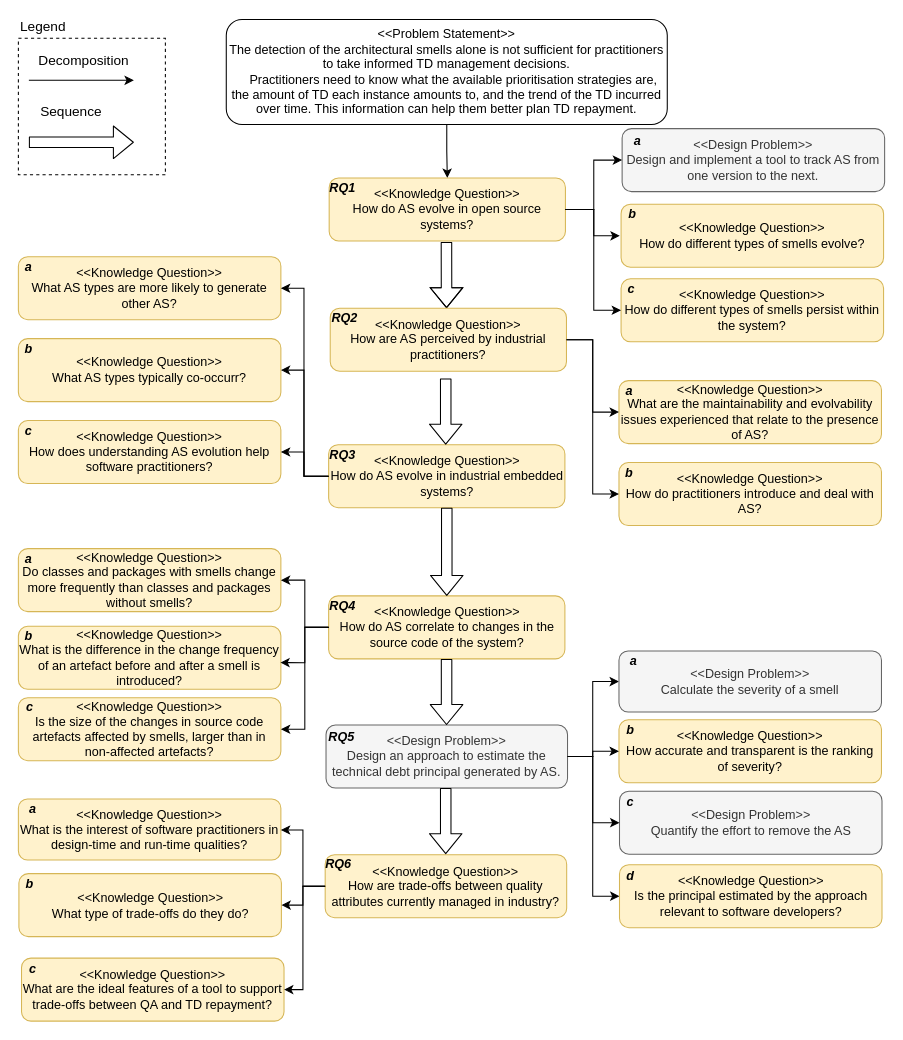
Before: Figures/c1/problem-decomposition.drawio in darius-sas/phd-dissertation, a draw.io diagram. Source tidied: cells renumbered, new cells numbered last; positions are measured from the earlier drawing's top-left corner, leaving out a move shared by most shapes. Both pictures are drawn from the tidied source at 105%, with x=0, y=0 at pixel (18, 19).
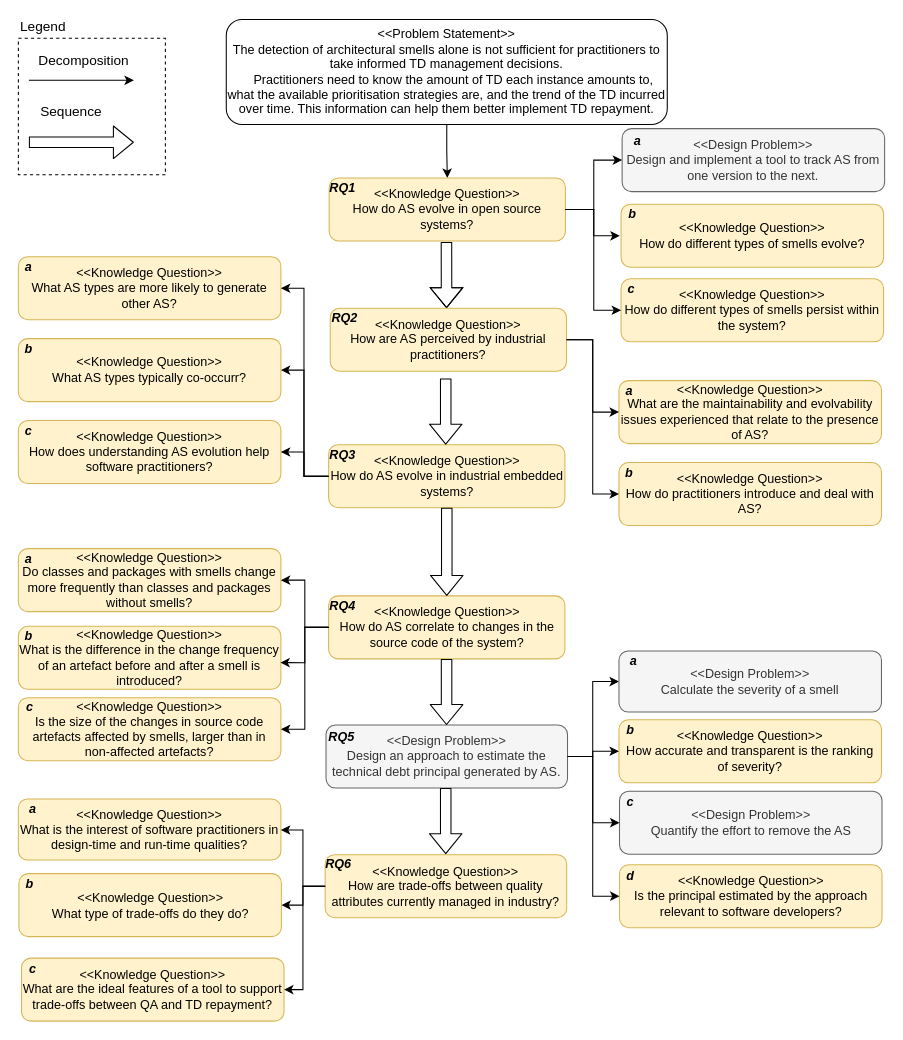
The same page after the edit.

Change to the diagram source:
```diff
@@
-    <mxCell id="3" value="&lt;div&gt;&amp;lt;&amp;lt;Problem Statement&amp;gt;&amp;gt;&lt;/div&gt;&lt;div&gt;&lt;div&gt;The detection of the architectural smells alone is not sufficient for practitioners to take informed TD management decisions.&lt;/div&gt;&lt;div&gt;&amp;nbsp; &amp;nbsp; Practitioners need to know what the available prioritisation strategies are, the amount of TD each instance amounts to, and the trend of the TD incurred over time. This information can help them better plan TD repayment.&lt;/div&gt;&lt;/div&gt;" style="rounded=1;whiteSpace=wrap;html=1;" parent="1" vertex="1">
+    <mxCell id="3" value="&lt;div&gt;&amp;lt;&amp;lt;Problem Statement&amp;gt;&amp;gt;&lt;/div&gt;&lt;div&gt;&lt;div&gt;&lt;div&gt;The detection of architectural smells alone is not sufficient for practitioners to take informed TD management decisions.&lt;/div&gt;&lt;div&gt;&amp;nbsp; &amp;nbsp; Practitioners need to know the amount of TD each instance amounts to, what the available prioritisation strategies are, and the trend of the TD incurred over time. This information can help them better implement TD repayment.&lt;/div&gt;&lt;/div&gt;&lt;/div&gt;" style="rounded=1;whiteSpace=wrap;html=1;" parent="1" vertex="1">
       <mxGeometry x="198" width="420" height="100" as="geometry" />
     </mxCell>
```
